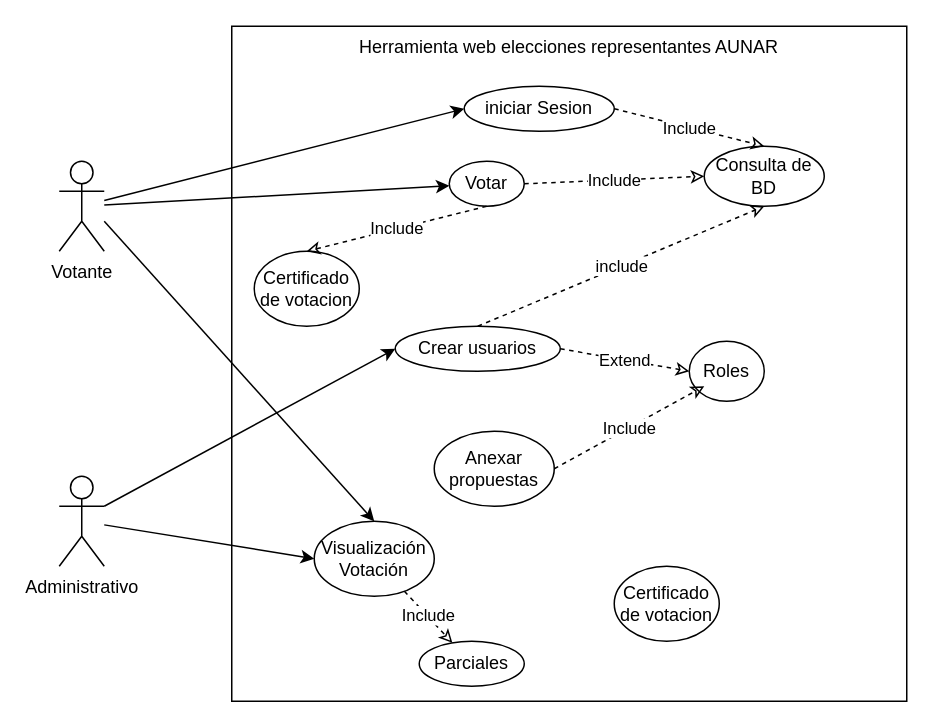
This is Casa de uso MS.drawio from Andres-Nicolas/Diagramas, a draw.io file, before an edit. Source tidied: cells renumbered, new cells numbered last; positions are measured from the earlier drawing's top-left corner, leaving out a move shared by most shapes. Both pictures are drawn from the tidied source at 150%, with x=0, y=0 at pixel (58, 26).
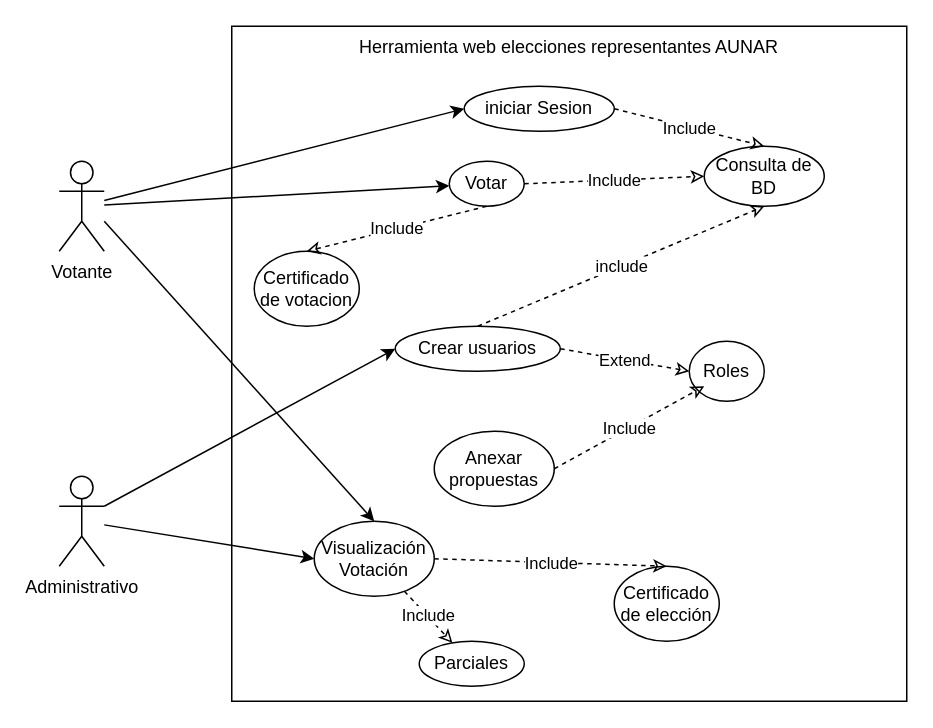
The same diagram, later.

Unchanged cells that the change refers to:
```xml
<mxCell id="19" value="Visualización Votación" style="ellipse;whiteSpace=wrap;html=1;" parent="1" vertex="1">
  <mxGeometry x="170" y="330" width="80" height="50" as="geometry" />
</mxCell>
```

The edit, as a diff of the source:
```diff
@@
-    <mxCell id="21" value="Certificado de votacion" style="ellipse;whiteSpace=wrap;html=1;" parent="1" vertex="1">
+    <mxCell id="21" value="Certificado de elección" style="ellipse;whiteSpace=wrap;html=1;" parent="1" vertex="1">
       <mxGeometry x="370" y="360" width="70" height="50" as="geometry" />
     </mxCell>
@@
+    <mxCell id="27" value="Include" style="endArrow=classic;dashed=1;html=1;rounded=0;endFill=0;entryX=0.5;entryY=0;entryDx=0;entryDy=0;exitX=1;exitY=0.5;exitDx=0;exitDy=0;" parent="1" edge="1" source="19" target="21">
+      <mxGeometry relative="1" as="geometry" />
+    </mxCell>
```
